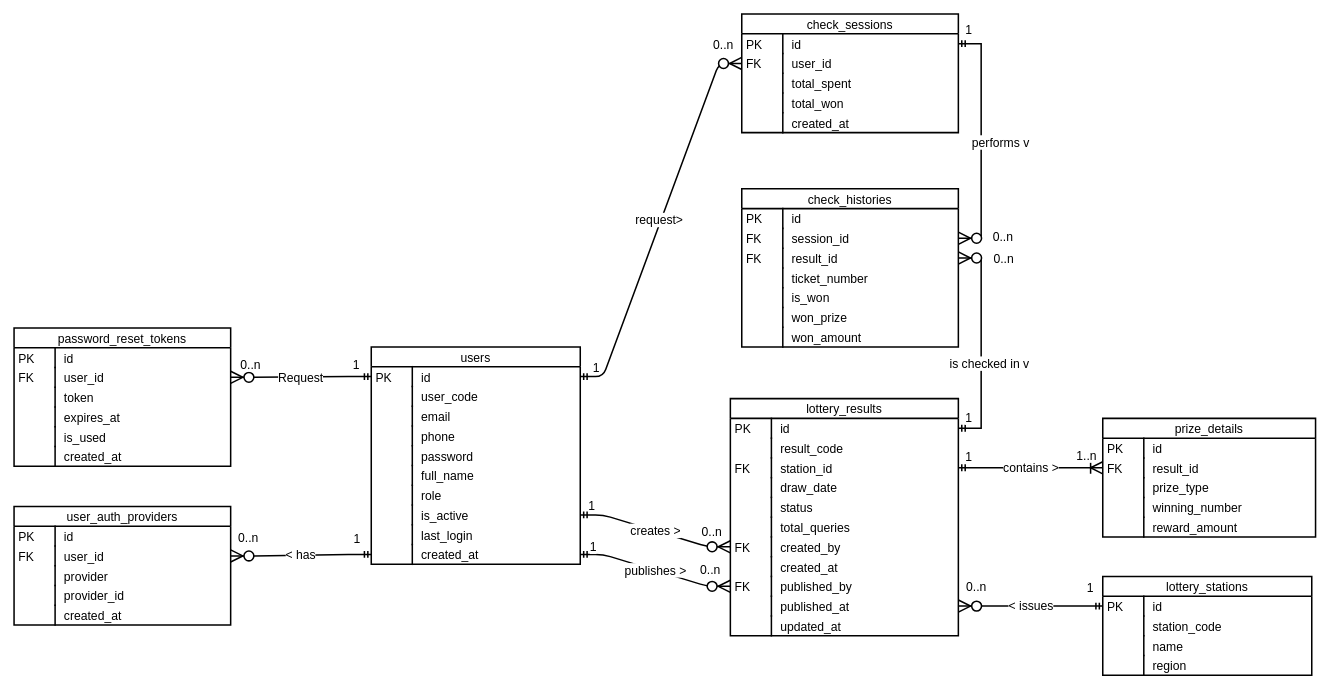
Above: Task 4/diagram/ERD.drawio in Stratoze/lab301 (draw.io), before the change. Source tidied: cells renumbered, new cells numbered last; positions are measured from the earlier drawing's top-left corner, leaving out a move shared by most shapes. Both pictures are drawn from the tidied source at 76%, with x=0, y=0 at pixel (14, 14).
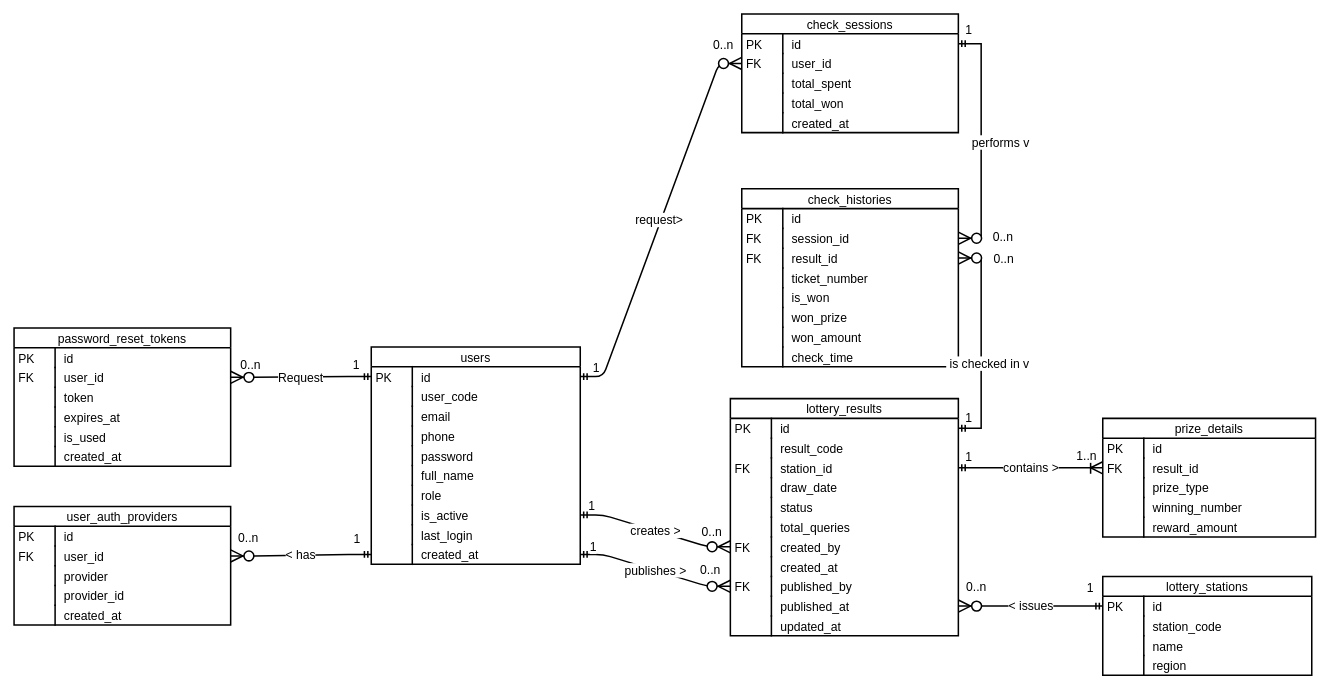
After the change.

Commit message (it also covers changes not shown here):
change seed data to be more consistent, update srs to fix check histories being off from the real db, update ppt a bit

Diff of the diagram source:
```diff
@@
     <mxCell id="66" value="check_histories" style="swimlane;fontStyle=0;horizontal=1;startSize=26;fillColor=default;swimlaneFillColor=default;align=center;strokeWidth=2;fontSize=16;" parent="1" vertex="1">
-      <mxGeometry x="957.5" y="230" width="285" height="208" as="geometry" />
+      <mxGeometry x="957.5" y="230" width="285" height="234" as="geometry" />
     </mxCell>
@@
+    <mxCell id="143" value="check_time" style="shape=partialRectangle;top=0;left=0;right=0;bottom=0;align=left;verticalAlign=top;spacingTop=-2;fillColor=none;spacingLeft=64;spacingRight=4;overflow=hidden;strokeWidth=2;fontSize=16;" parent="66" vertex="1">
+      <mxGeometry y="208" width="285" height="26" as="geometry" />
+    </mxCell>
+    <mxCell id="144" style="shape=partialRectangle;top=0;left=0;bottom=0;fillColor=none;align=left;verticalAlign=middle;spacingLeft=4;spacingRight=4;overflow=hidden;strokeWidth=2;fontSize=16;" parent="143" vertex="1">
+      <mxGeometry width="54" height="26" as="geometry" />
+    </mxCell>
```
